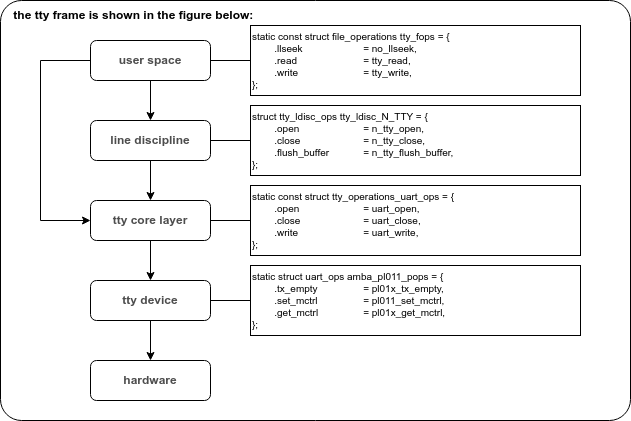
This is images/SERIAL_01.png from lchy0113/tcc_develop, a draw.io export, as it was before one commit. Source tidied: cells renumbered, new cells last; positions are measured from the earlier drawing's top-left corner, leaving out a move shared by most shapes.
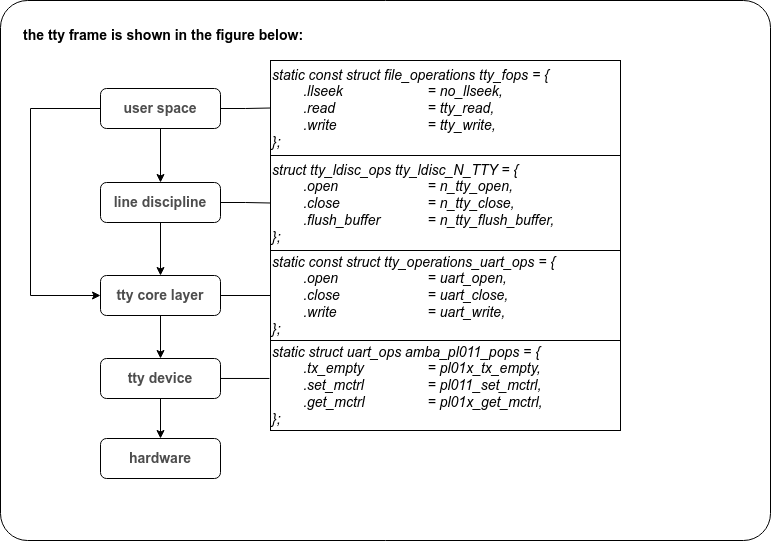
Above is the later version.

Diff of the diagram source:
```diff
@@ -2,70 +2,70 @@
   <root>
     <mxCell id="0" />
     <mxCell id="1" parent="0" />
-    <mxCell id="2" style="rounded=1;whiteSpace=wrap;html=1;fontStyle=1;arcSize=5;" parent="1" vertex="1">
-      <mxGeometry width="630" height="420" as="geometry" />
+    <mxCell id="2" style="rounded=1;whiteSpace=wrap;html=1;fontStyle=1;arcSize=5;fontSize=14;" parent="1" vertex="1">
+      <mxGeometry x="-70" y="-60" width="770" height="540" as="geometry" />
     </mxCell>
-    <mxCell id="3" style="edgeStyle=orthogonalEdgeStyle;rounded=0;jettySize=auto;html=1;entryX=0.5;entryY=0;entryDx=0;entryDy=0;" parent="1" edge="1" source="6" target="9">
+    <mxCell id="3" style="edgeStyle=orthogonalEdgeStyle;rounded=0;jettySize=auto;html=1;entryX=0.5;entryY=0;entryDx=0;entryDy=0;fontSize=14;" parent="1" edge="1" source="6" target="9">
       <mxGeometry relative="1" as="geometry" />
     </mxCell>
-    <mxCell id="4" style="edgeStyle=orthogonalEdgeStyle;rounded=0;jettySize=auto;html=1;entryX=0;entryY=0.5;entryDx=0;entryDy=0;" parent="1" edge="1" source="6" target="12">
-      <mxGeometry relative="1" as="geometry">
-        <Array as="points">
-          <mxPoint x="40" y="60" />
-          <mxPoint x="40" y="220" />
-        </Array>
-      </mxGeometry>
+    <mxCell id="4" style="edgeStyle=orthogonalEdgeStyle;rounded=0;jettySize=auto;html=1;entryX=0;entryY=0.5;entryDx=0;entryDy=0;endArrow=none;endFill=0;" parent="1" edge="1" source="6" target="17">
+      <mxGeometry relative="1" as="geometry" />
     </mxCell>
-    <mxCell id="5" style="edgeStyle=orthogonalEdgeStyle;rounded=0;jettySize=auto;html=1;entryX=0;entryY=0.5;entryDx=0;entryDy=0;endArrow=none;endFill=0;" parent="1" edge="1" source="6" target="17">
-      <mxGeometry relative="1" as="geometry" />
+    <mxCell id="5" style="edgeStyle=orthogonalEdgeStyle;rounded=0;jettySize=auto;html=1;entryX=0;entryY=0.5;entryDx=0;entryDy=0;" parent="1" edge="1" source="6" target="12">
+      <mxGeometry relative="1" as="geometry">
+        <Array as="points">
+          <mxPoint x="-40" y="48" />
+          <mxPoint x="-40" y="235" />
+        </Array>
+      </mxGeometry>
     </mxCell>
-    <mxCell id="6" value="user space" style="rounded=1;whiteSpace=wrap;html=1;fontStyle=1;fontColor=#4D4D4D;" parent="1" vertex="1">
-      <mxGeometry x="90" y="40" width="120" height="40" as="geometry" />
+    <mxCell id="6" value="user space" style="rounded=1;whiteSpace=wrap;html=1;fontStyle=1;fontColor=#4D4D4D;fontSize=14;" parent="1" vertex="1">
+      <mxGeometry x="30" y="28" width="120" height="40" as="geometry" />
     </mxCell>
-    <mxCell id="7" style="edgeStyle=orthogonalEdgeStyle;rounded=0;jettySize=auto;html=1;entryX=0.5;entryY=0;entryDx=0;entryDy=0;" parent="1" edge="1" source="9" target="12">
+    <mxCell id="7" style="edgeStyle=orthogonalEdgeStyle;rounded=0;jettySize=auto;html=1;entryX=0.5;entryY=0;entryDx=0;entryDy=0;fontSize=14;" parent="1" edge="1" source="9" target="12">
       <mxGeometry relative="1" as="geometry" />
     </mxCell>
     <mxCell id="8" style="edgeStyle=orthogonalEdgeStyle;rounded=0;jettySize=auto;html=1;entryX=0;entryY=0.5;entryDx=0;entryDy=0;endArrow=none;endFill=0;" parent="1" edge="1" source="9" target="18">
       <mxGeometry relative="1" as="geometry" />
     </mxCell>
-    <mxCell id="9" value="line discipline" style="rounded=1;whiteSpace=wrap;html=1;fontStyle=1;fontColor=#4D4D4D;" parent="1" vertex="1">
-      <mxGeometry x="90" y="120" width="120" height="40" as="geometry" />
+    <mxCell id="9" value="line discipline" style="rounded=1;whiteSpace=wrap;html=1;fontStyle=1;fontColor=#4D4D4D;fontSize=14;" parent="1" vertex="1">
+      <mxGeometry x="30" y="122" width="120" height="40" as="geometry" />
     </mxCell>
-    <mxCell id="10" style="edgeStyle=orthogonalEdgeStyle;rounded=0;jettySize=auto;html=1;entryX=0.5;entryY=0;entryDx=0;entryDy=0;" parent="1" edge="1" source="12" target="15">
+    <mxCell id="10" style="edgeStyle=orthogonalEdgeStyle;rounded=0;jettySize=auto;html=1;entryX=0.5;entryY=0;entryDx=0;entryDy=0;fontSize=14;" parent="1" edge="1" source="12" target="15">
       <mxGeometry relative="1" as="geometry" />
     </mxCell>
     <mxCell id="11" style="edgeStyle=orthogonalEdgeStyle;rounded=0;jettySize=auto;html=1;entryX=0;entryY=0.5;entryDx=0;entryDy=0;endArrow=none;endFill=0;" parent="1" edge="1" source="12" target="19">
       <mxGeometry relative="1" as="geometry" />
     </mxCell>
-    <mxCell id="12" value="tty core layer" style="rounded=1;whiteSpace=wrap;html=1;fontStyle=1;fontColor=#4D4D4D;" parent="1" vertex="1">
-      <mxGeometry x="90" y="200" width="120" height="40" as="geometry" />
+    <mxCell id="12" value="tty core layer" style="rounded=1;whiteSpace=wrap;html=1;fontStyle=1;fontColor=#4D4D4D;fontSize=14;" parent="1" vertex="1">
+      <mxGeometry x="30" y="215" width="120" height="40" as="geometry" />
     </mxCell>
-    <mxCell id="13" style="edgeStyle=orthogonalEdgeStyle;rounded=0;jettySize=auto;html=1;entryX=0.5;entryY=0;entryDx=0;entryDy=0;" parent="1" edge="1" source="15" target="16">
+    <mxCell id="13" style="edgeStyle=orthogonalEdgeStyle;rounded=0;jettySize=auto;html=1;entryX=0.5;entryY=0;entryDx=0;entryDy=0;fontSize=14;" parent="1" edge="1" source="15" target="16">
       <mxGeometry relative="1" as="geometry" />
     </mxCell>
-    <mxCell id="14" style="edgeStyle=orthogonalEdgeStyle;rounded=0;jettySize=auto;html=1;endArrow=none;endFill=0;" parent="1" edge="1" source="15" target="20">
+    <mxCell id="14" style="edgeStyle=orthogonalEdgeStyle;rounded=0;jettySize=auto;html=1;entryX=-0.003;entryY=0.422;entryDx=0;entryDy=0;entryPerimeter=0;endArrow=none;endFill=0;" parent="1" edge="1" source="15" target="20">
       <mxGeometry relative="1" as="geometry" />
     </mxCell>
-    <mxCell id="15" value="tty device" style="rounded=1;whiteSpace=wrap;html=1;fontStyle=1;fontColor=#4D4D4D;" parent="1" vertex="1">
-      <mxGeometry x="90" y="280" width="120" height="40" as="geometry" />
+    <mxCell id="15" value="tty device" style="rounded=1;whiteSpace=wrap;html=1;fontStyle=1;fontColor=#4D4D4D;fontSize=14;" parent="1" vertex="1">
+      <mxGeometry x="30" y="298" width="120" height="40" as="geometry" />
     </mxCell>
-    <mxCell id="16" value="hardware" style="rounded=1;whiteSpace=wrap;html=1;fontStyle=1;fontColor=#4D4D4D;" parent="1" vertex="1">
-      <mxGeometry x="90" y="360" width="120" height="40" as="geometry" />
+    <mxCell id="16" value="hardware" style="rounded=1;whiteSpace=wrap;html=1;fontStyle=1;fontColor=#4D4D4D;fontSize=14;" parent="1" vertex="1">
+      <mxGeometry x="30" y="378" width="120" height="40" as="geometry" />
     </mxCell>
-    <mxCell id="17" value="static const struct file_operations tty_fops = {&lt;br style=&quot;font-size: 10px;&quot;&gt;&lt;span style=&quot;white-space: pre; font-size: 10px;&quot;&gt; &lt;/span&gt;.llseek&lt;span style=&quot;white-space: pre; font-size: 10px;&quot;&gt; &lt;/span&gt;&lt;span style=&quot;white-space: pre; font-size: 10px;&quot;&gt; &lt;/span&gt;&lt;span style=&quot;white-space: pre; font-size: 10px;&quot;&gt; &lt;/span&gt;= no_llseek,&lt;br style=&quot;font-size: 10px;&quot;&gt;&lt;span style=&quot;white-space: pre; font-size: 10px;&quot;&gt; &lt;/span&gt;.read&lt;span style=&quot;white-space: pre; font-size: 10px;&quot;&gt; &lt;/span&gt;&lt;span style=&quot;white-space: pre; font-size: 10px;&quot;&gt; &lt;/span&gt;&lt;span style=&quot;white-space: pre; font-size: 10px;&quot;&gt; &lt;/span&gt;= tty_read,&lt;br style=&quot;font-size: 10px;&quot;&gt;&lt;span style=&quot;white-space: pre; font-size: 10px;&quot;&gt; &lt;/span&gt;.write&lt;span style=&quot;white-space: pre; font-size: 10px;&quot;&gt; &lt;/span&gt;&lt;span style=&quot;white-space: pre; font-size: 10px;&quot;&gt; &lt;/span&gt;&lt;span style=&quot;white-space: pre; font-size: 10px;&quot;&gt; &lt;/span&gt;= tty_write,&lt;br style=&quot;font-size: 10px;&quot;&gt;};" style="text;html=1;strokeColor=default;fillColor=none;align=left;verticalAlign=middle;whiteSpace=wrap;rounded=0;fontSize=10;" parent="1" vertex="1">
-      <mxGeometry x="250" y="25" width="330" height="70" as="geometry" />
+    <mxCell id="17" value="static const struct file_operations tty_fops = {&lt;br style=&quot;font-size: 14px;&quot;&gt;&lt;span style=&quot;white-space: pre; font-size: 14px;&quot;&gt; &lt;/span&gt;.llseek&lt;span style=&quot;white-space: pre; font-size: 14px;&quot;&gt; &lt;/span&gt;&lt;span style=&quot;white-space: pre; font-size: 14px;&quot;&gt; &lt;/span&gt;&lt;span style=&quot;white-space: pre; font-size: 14px;&quot;&gt; &lt;/span&gt;= no_llseek,&lt;br style=&quot;font-size: 14px;&quot;&gt;&lt;span style=&quot;white-space: pre; font-size: 14px;&quot;&gt; &lt;/span&gt;.read&lt;span style=&quot;white-space: pre; font-size: 14px;&quot;&gt; &lt;/span&gt;&lt;span style=&quot;white-space: pre; font-size: 14px;&quot;&gt; &lt;/span&gt;&lt;span style=&quot;white-space: pre; font-size: 14px;&quot;&gt; &lt;/span&gt;= tty_read,&lt;br style=&quot;font-size: 14px;&quot;&gt;&lt;span style=&quot;white-space: pre; font-size: 14px;&quot;&gt; &lt;/span&gt;.write&lt;span style=&quot;white-space: pre; font-size: 14px;&quot;&gt; &lt;/span&gt;&lt;span style=&quot;white-space: pre; font-size: 14px;&quot;&gt; &lt;/span&gt;&lt;span style=&quot;white-space: pre; font-size: 14px;&quot;&gt; &lt;/span&gt;= tty_write,&lt;br style=&quot;font-size: 14px;&quot;&gt;};" style="text;html=1;strokeColor=default;fillColor=none;align=left;verticalAlign=middle;whiteSpace=wrap;rounded=0;fontSize=14;fontStyle=2;" parent="1" vertex="1">
+      <mxGeometry x="200" width="350" height="95" as="geometry" />
     </mxCell>
-    <mxCell id="18" value="struct tty_ldisc_ops tty_ldisc_N_TTY = {&lt;br&gt;&lt;span style=&quot;white-space: pre;&quot;&gt; &lt;/span&gt;.open&lt;span style=&quot;white-space: pre;&quot;&gt; &lt;/span&gt;&lt;span style=&quot;white-space: pre;&quot;&gt; &lt;/span&gt;&lt;span style=&quot;white-space: pre;&quot;&gt; &lt;/span&gt;= n_tty_open,&lt;br&gt;&lt;span style=&quot;white-space: pre;&quot;&gt; &lt;/span&gt;.close&lt;span style=&quot;white-space: pre;&quot;&gt; &lt;/span&gt;&lt;span style=&quot;white-space: pre;&quot;&gt; &lt;/span&gt;&lt;span style=&quot;white-space: pre;&quot;&gt; &lt;/span&gt;= n_tty_close,&lt;br&gt;&lt;span style=&quot;white-space: pre;&quot;&gt; &lt;/span&gt;.flush_buffer&lt;span style=&quot;white-space: pre;&quot;&gt; &lt;/span&gt;&lt;span style=&quot;white-space: pre;&quot;&gt; &lt;/span&gt;= n_tty_flush_buffer,&lt;br&gt;};" style="text;html=1;strokeColor=default;fillColor=none;align=left;verticalAlign=middle;whiteSpace=wrap;rounded=0;fontSize=10;" parent="1" vertex="1">
-      <mxGeometry x="250" y="105" width="330" height="70" as="geometry" />
+    <mxCell id="18" value="struct tty_ldisc_ops tty_ldisc_N_TTY = {&lt;br style=&quot;font-size: 14px;&quot;&gt;&lt;span style=&quot;white-space: pre; font-size: 14px;&quot;&gt; &lt;/span&gt;.open&lt;span style=&quot;white-space: pre; font-size: 14px;&quot;&gt; &lt;/span&gt;&lt;span style=&quot;white-space: pre; font-size: 14px;&quot;&gt; &lt;/span&gt;&lt;span style=&quot;white-space: pre; font-size: 14px;&quot;&gt; &lt;/span&gt;= n_tty_open,&lt;br style=&quot;font-size: 14px;&quot;&gt;&lt;span style=&quot;white-space: pre; font-size: 14px;&quot;&gt; &lt;/span&gt;.close&lt;span style=&quot;white-space: pre; font-size: 14px;&quot;&gt; &lt;/span&gt;&lt;span style=&quot;white-space: pre; font-size: 14px;&quot;&gt; &lt;/span&gt;&lt;span style=&quot;white-space: pre; font-size: 14px;&quot;&gt; &lt;/span&gt;= n_tty_close,&lt;br style=&quot;font-size: 14px;&quot;&gt;&lt;span style=&quot;white-space: pre; font-size: 14px;&quot;&gt; &lt;/span&gt;.flush_buffer&lt;span style=&quot;white-space: pre; font-size: 14px;&quot;&gt; &lt;/span&gt;&lt;span style=&quot;white-space: pre; font-size: 14px;&quot;&gt; &lt;/span&gt;= n_tty_flush_buffer,&lt;br style=&quot;font-size: 14px;&quot;&gt;};" style="text;html=1;strokeColor=default;fillColor=none;align=left;verticalAlign=middle;whiteSpace=wrap;rounded=0;fontSize=14;fontStyle=2;" parent="1" vertex="1">
+      <mxGeometry x="200" y="95" width="350" height="95" as="geometry" />
     </mxCell>
-    <mxCell id="19" value="static const struct tty_operations_uart_ops = {&lt;br&gt;&lt;span style=&quot;white-space: pre;&quot;&gt; &lt;/span&gt;.open&lt;span style=&quot;white-space: pre;&quot;&gt; &lt;/span&gt;&lt;span style=&quot;white-space: pre;&quot;&gt; &lt;/span&gt;&lt;span style=&quot;white-space: pre;&quot;&gt; &lt;/span&gt;= uart_open,&lt;br&gt;&lt;span style=&quot;white-space: pre;&quot;&gt; &lt;/span&gt;.close&lt;span style=&quot;white-space: pre;&quot;&gt; &lt;/span&gt;&lt;span style=&quot;white-space: pre;&quot;&gt; &lt;/span&gt;&lt;span style=&quot;white-space: pre;&quot;&gt; &lt;/span&gt;= uart_close,&lt;br&gt;&lt;span style=&quot;white-space: pre;&quot;&gt; &lt;/span&gt;.write&lt;span style=&quot;white-space: pre;&quot;&gt; &lt;/span&gt;&lt;span style=&quot;white-space: pre;&quot;&gt; &lt;/span&gt;&lt;span style=&quot;white-space: pre;&quot;&gt; &lt;/span&gt;= uart_write,&lt;br&gt;};" style="text;html=1;strokeColor=default;fillColor=none;align=left;verticalAlign=middle;whiteSpace=wrap;rounded=0;fontSize=10;" parent="1" vertex="1">
-      <mxGeometry x="250" y="185" width="330" height="70" as="geometry" />
+    <mxCell id="19" value="static const struct tty_operations_uart_ops = {&lt;br style=&quot;font-size: 14px;&quot;&gt;&lt;span style=&quot;white-space: pre; font-size: 14px;&quot;&gt; &lt;/span&gt;.open&lt;span style=&quot;white-space: pre; font-size: 14px;&quot;&gt; &lt;/span&gt;&lt;span style=&quot;white-space: pre; font-size: 14px;&quot;&gt; &lt;/span&gt;&lt;span style=&quot;white-space: pre; font-size: 14px;&quot;&gt; &lt;/span&gt;= uart_open,&lt;br style=&quot;font-size: 14px;&quot;&gt;&lt;span style=&quot;white-space: pre; font-size: 14px;&quot;&gt; &lt;/span&gt;.close&lt;span style=&quot;white-space: pre; font-size: 14px;&quot;&gt; &lt;/span&gt;&lt;span style=&quot;white-space: pre; font-size: 14px;&quot;&gt; &lt;/span&gt;&lt;span style=&quot;white-space: pre; font-size: 14px;&quot;&gt; &lt;/span&gt;= uart_close,&lt;br style=&quot;font-size: 14px;&quot;&gt;&lt;span style=&quot;white-space: pre; font-size: 14px;&quot;&gt; &lt;/span&gt;.write&lt;span style=&quot;white-space: pre; font-size: 14px;&quot;&gt; &lt;/span&gt;&lt;span style=&quot;white-space: pre; font-size: 14px;&quot;&gt; &lt;/span&gt;&lt;span style=&quot;white-space: pre; font-size: 14px;&quot;&gt; &lt;/span&gt;= uart_write,&lt;br style=&quot;font-size: 14px;&quot;&gt;};" style="text;html=1;strokeColor=default;fillColor=none;align=left;verticalAlign=middle;whiteSpace=wrap;rounded=0;fontSize=14;fontStyle=2;" parent="1" vertex="1">
+      <mxGeometry x="200" y="190" width="350" height="90" as="geometry" />
     </mxCell>
-    <mxCell id="20" value="static struct uart_ops amba_pl011_pops = {&lt;br&gt;&lt;span style=&quot;white-space: pre;&quot;&gt; &lt;/span&gt;.tx_empty&amp;nbsp;&lt;span style=&quot;white-space: pre;&quot;&gt; &lt;/span&gt;&lt;span style=&quot;white-space: pre;&quot;&gt; &lt;/span&gt;= pl01x_tx_empty,&lt;br&gt;&lt;span style=&quot;white-space: pre;&quot;&gt; &lt;/span&gt;.set_mctrl&lt;span style=&quot;white-space: pre;&quot;&gt; &lt;span style=&quot;white-space: pre;&quot;&gt; &lt;/span&gt;=&lt;/span&gt;&amp;nbsp;pl011_set_mctrl,&lt;br&gt;&lt;span style=&quot;white-space: pre;&quot;&gt; &lt;/span&gt;.get_mctrl&lt;span style=&quot;white-space: pre;&quot;&gt; &lt;/span&gt;&lt;span style=&quot;white-space: pre;&quot;&gt; &lt;/span&gt;= pl01x_get_mctrl,&lt;br&gt;};" style="text;html=1;strokeColor=default;fillColor=none;align=left;verticalAlign=middle;whiteSpace=wrap;rounded=0;fontSize=10;" parent="1" vertex="1">
-      <mxGeometry x="250" y="265" width="330" height="70" as="geometry" />
+    <mxCell id="20" value="static struct uart_ops amba_pl011_pops = {&lt;br style=&quot;font-size: 14px;&quot;&gt;&lt;span style=&quot;white-space: pre; font-size: 14px;&quot;&gt; &lt;/span&gt;.tx_empty&amp;nbsp;&lt;span style=&quot;white-space: pre; font-size: 14px;&quot;&gt; &lt;/span&gt;&lt;span style=&quot;white-space: pre; font-size: 14px;&quot;&gt; &lt;/span&gt;= pl01x_tx_empty,&lt;br style=&quot;font-size: 14px;&quot;&gt;&lt;span style=&quot;white-space: pre; font-size: 14px;&quot;&gt; &lt;/span&gt;.set_mctrl&lt;span style=&quot;white-space: pre; font-size: 14px;&quot;&gt; &lt;span style=&quot;white-space: pre; font-size: 14px;&quot;&gt; &lt;/span&gt;=&lt;/span&gt;&amp;nbsp;pl011_set_mctrl,&lt;br style=&quot;font-size: 14px;&quot;&gt;&lt;span style=&quot;white-space: pre; font-size: 14px;&quot;&gt; &lt;/span&gt;.get_mctrl&lt;span style=&quot;white-space: pre; font-size: 14px;&quot;&gt; &lt;/span&gt;&lt;span style=&quot;white-space: pre; font-size: 14px;&quot;&gt; &lt;/span&gt;= pl01x_get_mctrl,&lt;br style=&quot;font-size: 14px;&quot;&gt;};" style="text;html=1;strokeColor=default;fillColor=none;align=left;verticalAlign=middle;whiteSpace=wrap;rounded=0;fontSize=14;fontStyle=2;" parent="1" vertex="1">
+      <mxGeometry x="200" y="280" width="350" height="90" as="geometry" />
     </mxCell>
-    <mxCell id="21" value="the tty frame is shown in the figure below:&amp;nbsp;" style="text;html=1;strokeColor=none;fillColor=none;align=center;verticalAlign=middle;whiteSpace=wrap;rounded=0;fontStyle=1;" parent="1" vertex="1">
-      <mxGeometry x="10" width="250" height="30" as="geometry" />
+    <mxCell id="21" value="the tty frame is shown in the figure below:&amp;nbsp;" style="text;html=1;strokeColor=none;fillColor=none;align=center;verticalAlign=middle;whiteSpace=wrap;rounded=0;fontStyle=1;fontSize=14;" parent="1" vertex="1">
+      <mxGeometry x="-60" y="-40" width="310" height="30" as="geometry" />
     </mxCell>
   </root>
 </mxGraphModel>
```
